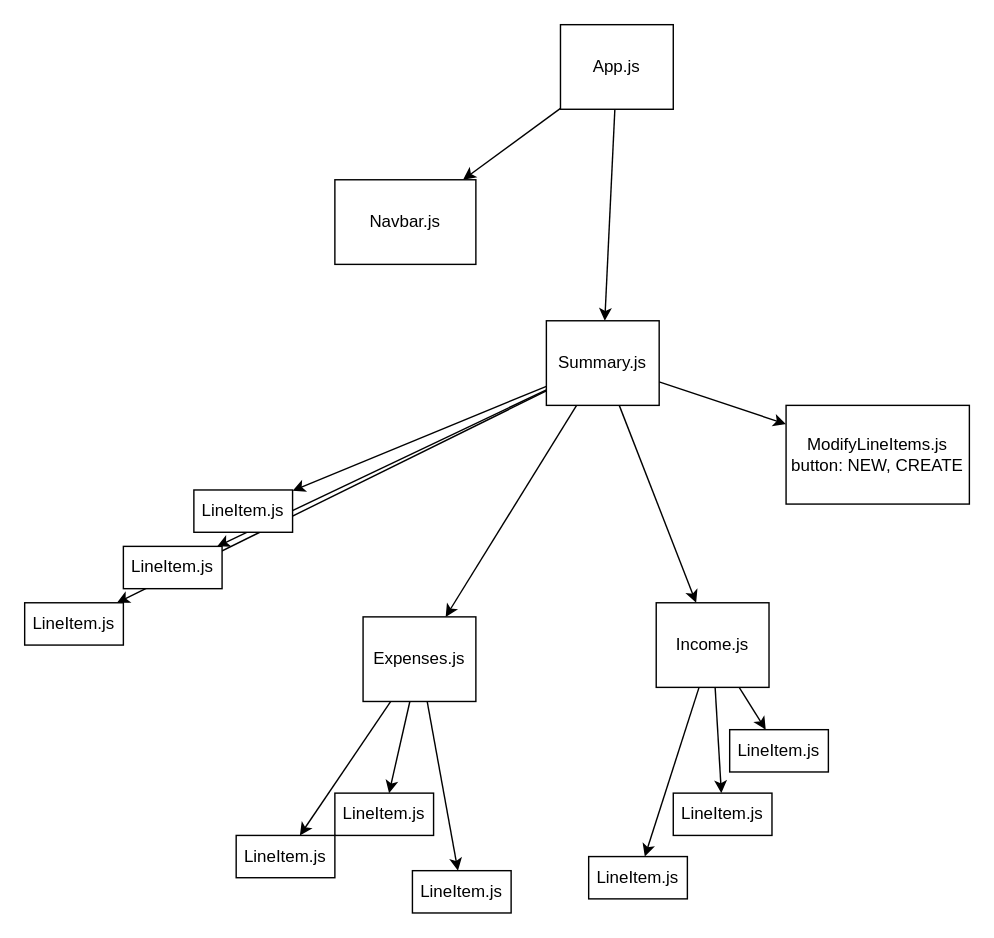
Before: flowchart.drawio in tzjorden/personal-budget-tracker, a draw.io diagram. Source tidied: cells renumbered, new cells numbered last; positions are measured from the earlier drawing's top-left corner, leaving out a move shared by most shapes. Both pictures are drawn from the tidied source at 141%, with x=0, y=0 at pixel (24, 24).
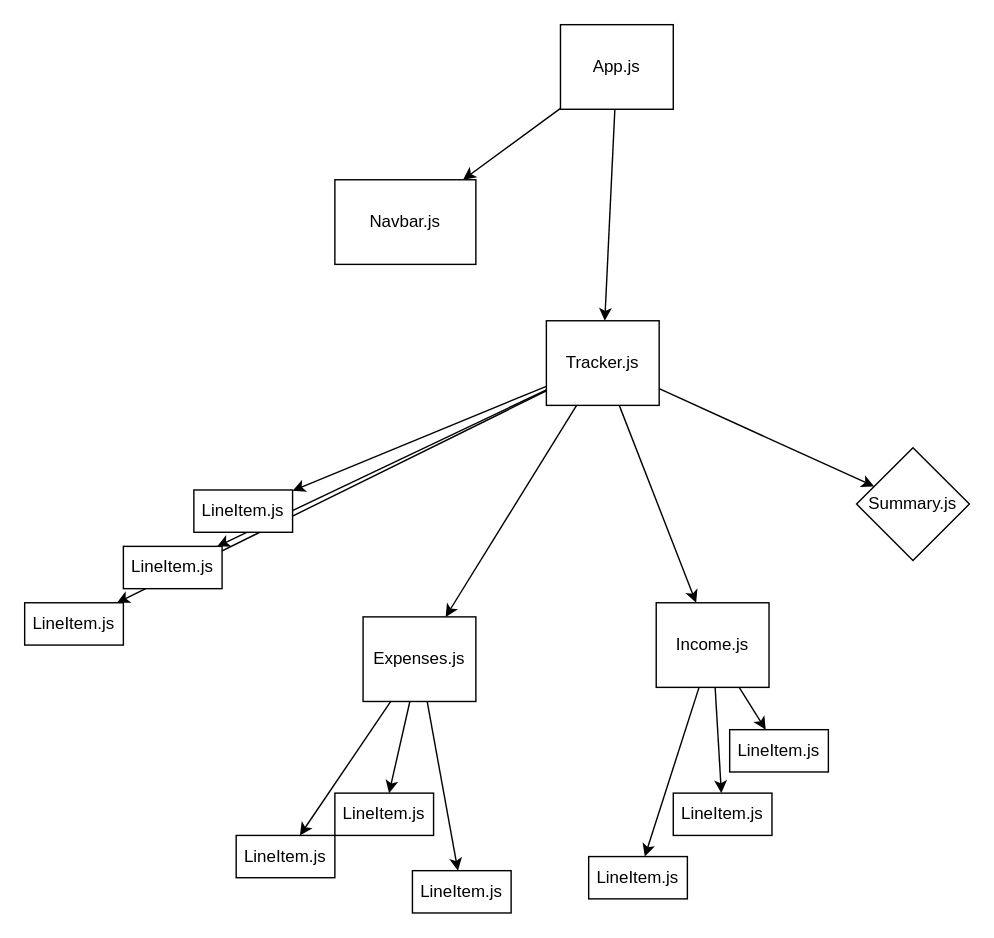
After the change.

What changed in the source:
```diff
@@
-    <mxCell id="11" style="edgeStyle=none;html=1;" parent="1" edge="1" source="12" target="30">
-      <mxGeometry relative="1" as="geometry" />
-    </mxCell>
+    <mxCell id="31" style="edgeStyle=none;html=1;" parent="1" edge="1" source="12" target="11">
+      <mxGeometry relative="1" as="geometry" />
+    </mxCell>
-    <mxCell id="12" value="Summary.js" style="whiteSpace=wrap;html=1;" parent="1" vertex="1">
+    <mxCell id="12" value="Tracker.js" style="whiteSpace=wrap;html=1;" parent="1" vertex="1">
       <mxGeometry x="370" y="210" width="80" height="60" as="geometry" />
     </mxCell>
@@
-    <mxCell id="30" value="ModifyLineItems.js&lt;br&gt;button: NEW, CREATE" style="whiteSpace=wrap;html=1;" parent="1" vertex="1">
-      <mxGeometry x="540" y="270" width="130" height="70" as="geometry" />
-    </mxCell>
+    <mxCell id="11" value="Summary.js" style="rhombus;whiteSpace=wrap;html=1;" parent="1" vertex="1">
+      <mxGeometry x="590" y="300" width="80" height="80" as="geometry" />
+    </mxCell>
```
